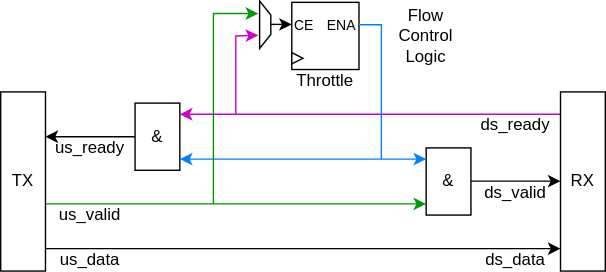
Before: VHDL/axi4s/axi_flow_control.drawio.svg, a diagram exported from draw.io (Fixitfetish/fpga_potpourri). Source tidied: cells renumbered, new cells last; positions are measured from the earlier drawing's top-left corner, leaving out a move shared by most shapes.
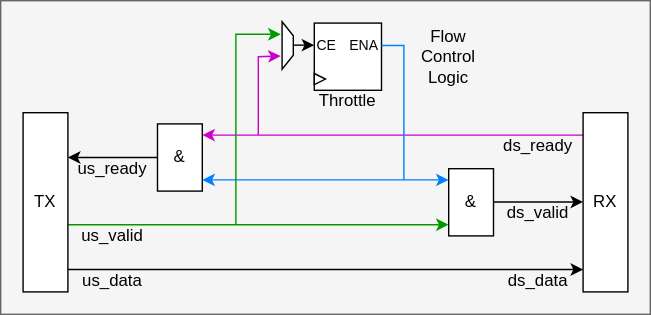
After the change.

Commit message:
update flow control figure

Change to the diagram source:
```diff
@@ -2,6 +2,9 @@
   <root>
     <mxCell id="0" />
     <mxCell id="1" parent="0" />
+    <mxCell id="29" style="rounded=0;whiteSpace=wrap;html=1;fontSize=10;fillColor=#f5f5f5;fontColor=#333333;strokeColor=#666666;" parent="1" vertex="1">
+      <mxGeometry x="-16" y="-16" width="464" height="224" as="geometry" />
+    </mxCell>
     <mxCell id="2" style="endArrow=classic;html=1;rounded=0;" parent="1" edge="1">
       <mxGeometry relative="1" as="geometry">
         <mxPoint x="192" y="15.8" as="sourcePoint" />
```
